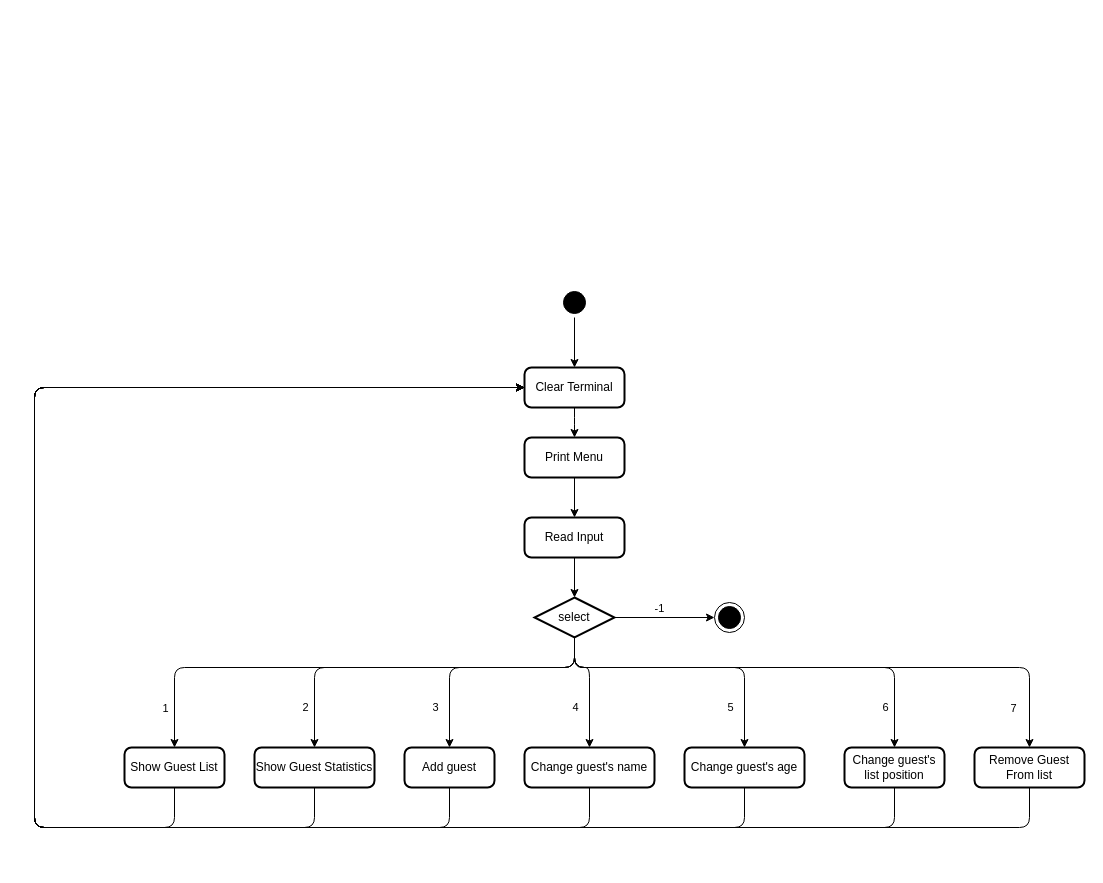
This is Assignments/A01/ActivityDiagram.drawio from mnerv/da339a, a draw.io file, before an edit. Source tidied: cells renumbered, new cells numbered last; positions are measured from the earlier drawing's top-left corner, leaving out a move shared by most shapes. Both pictures are drawn from the tidied source at 100%, with x=0, y=0 at pixel (34, 287).
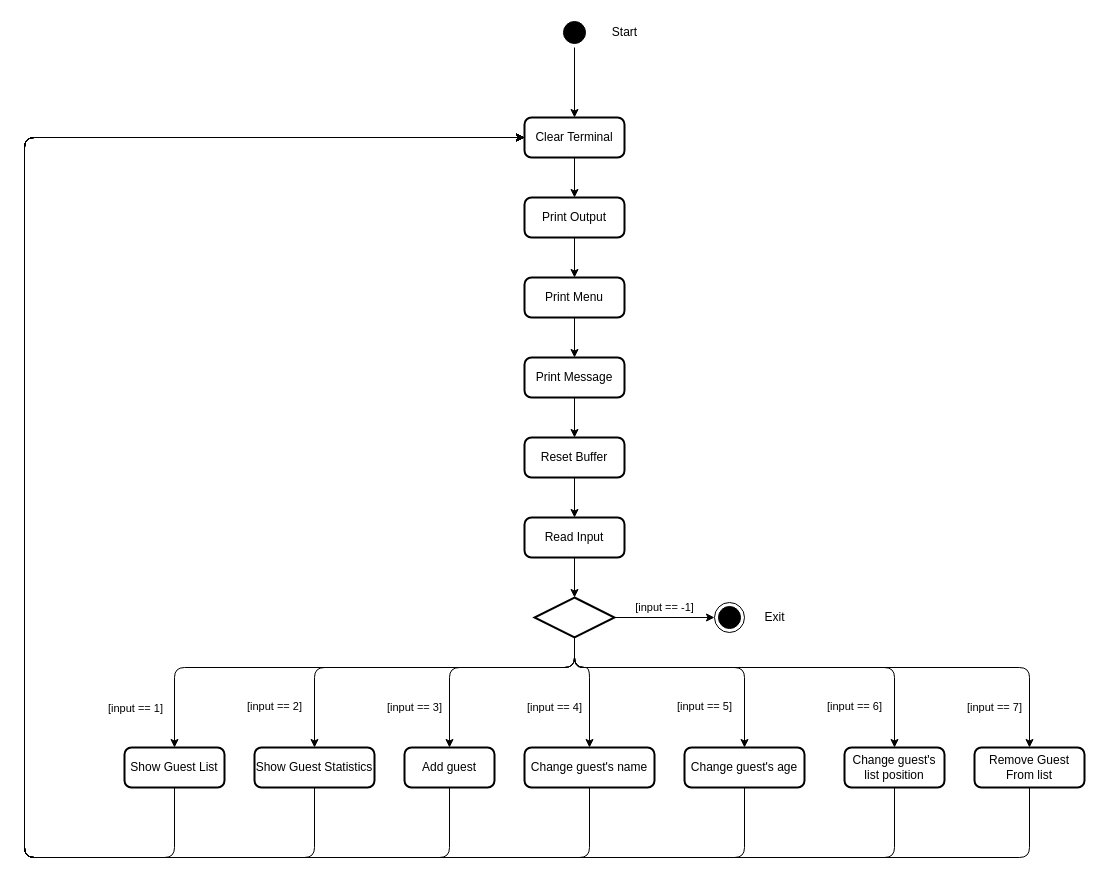
The same page after the edit.

Commit message (it also covers changes not shown here):
Updated Assignment01.java Fixes spelling Fixes so you can't select an empty spot when changing age and name

Updated ActivityDiagram to include other methods

Unchanged cells that the change refers to:
```xml
<mxCell id="7" value="Read Input" style="rounded=1;whiteSpace=wrap;html=1;absoluteArcSize=1;arcSize=14;strokeWidth=2;" parent="1" vertex="1">
  <mxGeometry x="490" y="230" width="100" height="40" as="geometry" />
</mxCell>
<mxCell id="8" style="ellipse;html=1;shape=endState;fillColor=#000000;" parent="1" vertex="1">
  <mxGeometry x="680" y="315" width="30" height="30" as="geometry" />
</mxCell>
<mxCell id="11" style="edgeStyle=orthogonalEdgeStyle;rounded=1;jettySize=auto;html=1;strokeColor=#000000;" parent="1" edge="1" source="25" target="27">
  <mxGeometry relative="1" as="geometry">
    <Array as="points">
      <mxPoint x="540" y="380" />
      <mxPoint x="140" y="380" />
    </Array>
  </mxGeometry>
</mxCell>
<mxCell id="27" value="Show Guest List" style="rounded=1;whiteSpace=wrap;html=1;absoluteArcSize=1;arcSize=14;strokeWidth=2;" parent="1" vertex="1">
  <mxGeometry x="90" y="460" width="100" height="40" as="geometry" />
</mxCell>
<mxCell id="29" value="Remove Guest From list" style="rounded=1;whiteSpace=wrap;html=1;absoluteArcSize=1;arcSize=14;strokeWidth=2;" parent="1" vertex="1">
  <mxGeometry x="940" y="460" width="110" height="40" as="geometry" />
</mxCell>
<mxCell id="31" value="Add guest" style="rounded=1;whiteSpace=wrap;html=1;absoluteArcSize=1;arcSize=14;strokeWidth=2;" parent="1" vertex="1">
  <mxGeometry x="370" y="460" width="90" height="40" as="geometry" />
</mxCell>
<mxCell id="33" value="Change guest's name" style="rounded=1;whiteSpace=wrap;html=1;absoluteArcSize=1;arcSize=14;strokeWidth=2;" parent="1" vertex="1">
  <mxGeometry x="490" y="460" width="130" height="40" as="geometry" />
</mxCell>
<mxCell id="35" value="Change guest's age" style="rounded=1;whiteSpace=wrap;html=1;absoluteArcSize=1;arcSize=14;strokeWidth=2;" parent="1" vertex="1">
  <mxGeometry x="650" y="460" width="120" height="40" as="geometry" />
</mxCell>
<mxCell id="37" value="Change guest's list position" style="rounded=1;whiteSpace=wrap;html=1;absoluteArcSize=1;arcSize=14;strokeWidth=2;" parent="1" vertex="1">
  <mxGeometry x="810" y="460" width="100" height="40" as="geometry" />
</mxCell>
<mxCell id="41" value="Show Guest Statistics" style="rounded=1;whiteSpace=wrap;html=1;absoluteArcSize=1;arcSize=14;strokeWidth=2;" parent="1" vertex="1">
  <mxGeometry x="220" y="460" width="120" height="40" as="geometry" />
</mxCell>
```

Diff of the diagram source:
```diff
@@
     <mxCell id="3" style="ellipse;html=1;shape=startState;fillColor=#000000;" parent="1" vertex="1">
-      <mxGeometry x="525" width="30" height="30" as="geometry" />
+      <mxGeometry x="525" y="-270" width="30" height="30" as="geometry" />
     </mxCell>
-    <mxCell id="4" style="edgeStyle=orthogonalEdgeStyle;rounded=0;jettySize=auto;html=1;" parent="1" edge="1" source="5" target="7">
-      <mxGeometry relative="1" as="geometry" />
-    </mxCell>
+    <mxCell id="42" style="edgeStyle=orthogonalEdgeStyle;rounded=0;jettySize=auto;html=1;" parent="1" edge="1" source="5" target="50">
+      <mxGeometry relative="1" as="geometry" />
+    </mxCell>
     <mxCell id="5" value="Print Menu" style="rounded=1;whiteSpace=wrap;html=1;absoluteArcSize=1;arcSize=14;strokeWidth=2;" parent="1" vertex="1">
-      <mxGeometry x="490" y="150" width="100" height="40" as="geometry" />
+      <mxGeometry x="490" y="-10" width="100" height="40" as="geometry" />
     </mxCell>
@@
-    <mxCell id="9" style="edgeStyle=orthogonalEdgeStyle;rounded=0;jettySize=auto;html=1;exitX=1;exitY=0.5;exitDx=0;exitDy=0;strokeColor=#000000;" parent="1" edge="1" source="25" target="8">
-      <mxGeometry relative="1" as="geometry" />
+    <mxCell id="9" value="[input == -1]" style="edgeStyle=orthogonalEdgeStyle;rounded=0;jettySize=auto;html=1;exitX=1;exitY=0.5;exitDx=0;exitDy=0;strokeColor=#000000;" parent="1" edge="1" source="25" target="8">
+      <mxGeometry y="10" relative="1" as="geometry" />
     </mxCell>
-    <mxCell id="10" value="-1" style="edgeLabel;html=1;align=center;verticalAlign=middle;" parent="9" vertex="1">
-      <mxGeometry x="-0.13" y="-1" relative="1" as="geometry">
-        <mxPoint y="-11" as="offset" />
-      </mxGeometry>
-    </mxCell>
@@
-    <mxCell id="12" value="1" style="edgeLabel;html=1;align=center;verticalAlign=middle;" parent="11" vertex="1">
-      <mxGeometry x="-0.14" y="1" relative="1" as="geometry">
-        <mxPoint x="-220.5" y="39" as="offset" />
-      </mxGeometry>
-    </mxCell>
+    <mxCell id="43" value="[input == 1]" style="edgeLabel;html=1;align=center;verticalAlign=middle;" parent="11" vertex="1">
+      <mxGeometry x="0.53" y="-2" relative="1" as="geometry">
+        <mxPoint x="-79.8" y="42" as="offset" />
+      </mxGeometry>
+    </mxCell>
-    <mxCell id="13" style="edgeStyle=orthogonalEdgeStyle;rounded=1;jettySize=auto;html=1;strokeColor=#000000;" parent="1" edge="1" source="25" target="29">
-      <mxGeometry relative="1" as="geometry">
+    <mxCell id="13" value="[input == 7]" style="edgeStyle=orthogonalEdgeStyle;rounded=1;jettySize=auto;html=1;strokeColor=#000000;" parent="1" edge="1" source="25" target="29">
+      <mxGeometry x="0.86" y="-35" relative="1" as="geometry">
         <Array as="points">
           <mxPoint x="540" y="380" />
           <mxPoint x="995" y="380" />
         </Array>
       </mxGeometry>
     </mxCell>
-    <mxCell id="14" value="7" style="edgeLabel;html=1;align=center;verticalAlign=middle;" parent="13" vertex="1">
-      <mxGeometry x="0.35" y="3" relative="1" as="geometry">
-        <mxPoint x="87.5" y="43" as="offset" />
-      </mxGeometry>
-    </mxCell>
-    <mxCell id="15" style="edgeStyle=orthogonalEdgeStyle;rounded=1;jettySize=auto;html=1;entryX=0.5;entryY=0;entryDx=0;entryDy=0;strokeColor=#000000;" parent="1" edge="1" source="25" target="31">
-      <mxGeometry relative="1" as="geometry">
+    <mxCell id="15" value="[input == 3]" style="edgeStyle=orthogonalEdgeStyle;rounded=1;jettySize=auto;html=1;entryX=0.5;entryY=0;entryDx=0;entryDy=0;strokeColor=#000000;" parent="1" edge="1" source="25" target="31">
+      <mxGeometry x="0.66" y="-35" relative="1" as="geometry">
         <Array as="points">
           <mxPoint x="540" y="380" />
           <mxPoint x="415" y="380" />
         </Array>
       </mxGeometry>
     </mxCell>
-    <mxCell id="16" value="3" style="edgeLabel;html=1;align=center;verticalAlign=middle;" parent="15" vertex="1">
-      <mxGeometry x="0.37" y="4" relative="1" as="geometry">
-        <mxPoint x="-19" y="33.8" as="offset" />
-      </mxGeometry>
-    </mxCell>
-    <mxCell id="17" style="edgeStyle=orthogonalEdgeStyle;rounded=1;jettySize=auto;html=1;strokeColor=#000000;" parent="1" edge="1" source="25" target="33">
-      <mxGeometry relative="1" as="geometry">
+    <mxCell id="17" value="[input == 4]" style="edgeStyle=orthogonalEdgeStyle;rounded=1;jettySize=auto;html=1;strokeColor=#000000;" parent="1" edge="1" source="25" target="33">
+      <mxGeometry x="0.36" y="-35" relative="1" as="geometry">
         <Array as="points">
           <mxPoint x="540" y="380" />
           <mxPoint x="555" y="380" />
         </Array>
       </mxGeometry>
     </mxCell>
-    <mxCell id="18" value="4" style="edgeLabel;html=1;align=center;verticalAlign=middle;" parent="17" vertex="1">
-      <mxGeometry x="0.06" relative="1" as="geometry">
-        <mxPoint x="-15" y="18.6" as="offset" />
-      </mxGeometry>
-    </mxCell>
-    <mxCell id="19" style="edgeStyle=orthogonalEdgeStyle;rounded=1;jettySize=auto;html=1;strokeColor=#000000;" parent="1" edge="1" source="25" target="35">
-      <mxGeometry relative="1" as="geometry">
+    <mxCell id="19" value="[input == 5]" style="edgeStyle=orthogonalEdgeStyle;rounded=1;jettySize=auto;html=1;strokeColor=#000000;" parent="1" edge="1" source="25" target="35">
+      <mxGeometry x="0.71" y="-40" relative="1" as="geometry">
         <Array as="points">
           <mxPoint x="540" y="380" />
           <mxPoint x="710" y="380" />
         </Array>
       </mxGeometry>
     </mxCell>
-    <mxCell id="20" value="5" style="edgeLabel;html=1;align=center;verticalAlign=middle;" parent="19" vertex="1">
-      <mxGeometry x="0.63" y="2" relative="1" as="geometry">
-        <mxPoint x="-17" y="11.6" as="offset" />
-      </mxGeometry>
-    </mxCell>
-    <mxCell id="21" style="edgeStyle=orthogonalEdgeStyle;rounded=1;jettySize=auto;html=1;strokeColor=#000000;" parent="1" edge="1" source="25" target="37">
-      <mxGeometry relative="1" as="geometry">
+    <mxCell id="21" value="[input == 6]" style="edgeStyle=orthogonalEdgeStyle;rounded=1;jettySize=auto;html=1;strokeColor=#000000;" parent="1" edge="1" source="25" target="37">
+      <mxGeometry x="0.81" y="-40" relative="1" as="geometry">
         <Array as="points">
           <mxPoint x="540" y="380" />
           <mxPoint x="860" y="380" />
         </Array>
       </mxGeometry>
     </mxCell>
-    <mxCell id="22" value="6" style="edgeLabel;html=1;align=center;verticalAlign=middle;" parent="21" vertex="1">
-      <mxGeometry x="0.73" y="-1" relative="1" as="geometry">
-        <mxPoint x="-9" y="17.2" as="offset" />
-      </mxGeometry>
-    </mxCell>
-    <mxCell id="23" style="edgeStyle=orthogonalEdgeStyle;rounded=1;jettySize=auto;html=1;exitX=0.5;exitY=1;exitDx=0;exitDy=0;" parent="1" edge="1" source="25" target="41">
-      <mxGeometry relative="1" as="geometry">
+    <mxCell id="23" value="[input == 2]" style="edgeStyle=orthogonalEdgeStyle;rounded=1;jettySize=auto;html=1;exitX=0.5;exitY=1;exitDx=0;exitDy=0;" parent="1" edge="1" source="25" target="41">
+      <mxGeometry x="0.78" y="-40" relative="1" as="geometry">
         <Array as="points">
           <mxPoint x="540" y="380" />
           <mxPoint x="280" y="380" />
         </Array>
       </mxGeometry>
     </mxCell>
-    <mxCell id="24" value="2" style="edgeLabel;html=1;align=center;verticalAlign=middle;" parent="23" vertex="1">
-      <mxGeometry x="0.71" y="-2" relative="1" as="geometry">
-        <mxPoint x="-8" y="13.4" as="offset" />
-      </mxGeometry>
-    </mxCell>
-    <mxCell id="25" value="select" style="rhombus;whiteSpace=wrap;html=1;strokeWidth=2;rounded=0;" parent="1" vertex="1">
+    <mxCell id="25" style="rhombus;whiteSpace=wrap;html=1;strokeWidth=2;rounded=0;" parent="1" vertex="1">
       <mxGeometry x="500" y="310" width="80" height="40" as="geometry" />
     </mxCell>
-    <mxCell id="26" style="edgeStyle=orthogonalEdgeStyle;rounded=1;jettySize=auto;html=1;strokeColor=#000000;" parent="1" edge="1" source="27" target="39">
+    <mxCell id="26" style="edgeStyle=orthogonalEdgeStyle;rounded=1;jettySize=auto;html=1;exitX=0.5;exitY=1;exitDx=0;exitDy=0;entryX=0;entryY=0.5;entryDx=0;entryDy=0;" parent="1" edge="1" source="27" target="39">
       <mxGeometry relative="1" as="geometry">
         <Array as="points">
-          <mxPoint x="140" y="540" />
-          <mxPoint y="540" />
-          <mxPoint y="100" />
+          <mxPoint x="140" y="570" />
+          <mxPoint x="-10" y="570" />
+          <mxPoint x="-10" y="-150" />
         </Array>
       </mxGeometry>
     </mxCell>
@@
-    <mxCell id="28" style="edgeStyle=orthogonalEdgeStyle;rounded=1;jettySize=auto;html=1;exitX=0.5;exitY=1;exitDx=0;exitDy=0;strokeColor=#000000;" parent="1" edge="1" source="29" target="39">
+    <mxCell id="28" style="edgeStyle=orthogonalEdgeStyle;rounded=1;jettySize=auto;html=1;exitX=0.5;exitY=1;exitDx=0;exitDy=0;entryX=0;entryY=0.5;entryDx=0;entryDy=0;" parent="1" edge="1" source="29" target="39">
       <mxGeometry relative="1" as="geometry">
         <Array as="points">
-          <mxPoint x="995" y="540" />
-          <mxPoint y="540" />
-          <mxPoint y="100" />
+          <mxPoint x="995" y="570" />
+          <mxPoint x="-10" y="570" />
+          <mxPoint x="-10" y="-150" />
         </Array>
       </mxGeometry>
     </mxCell>
@@
-    <mxCell id="30" style="edgeStyle=orthogonalEdgeStyle;rounded=1;jettySize=auto;html=1;exitX=0.5;exitY=1;exitDx=0;exitDy=0;strokeColor=#000000;" parent="1" edge="1" source="31" target="39">
+    <mxCell id="30" style="edgeStyle=orthogonalEdgeStyle;rounded=1;jettySize=auto;elbow=vertical;html=1;exitX=0.5;exitY=1;exitDx=0;exitDy=0;entryX=0;entryY=0.5;entryDx=0;entryDy=0;" parent="1" edge="1" source="31" target="39">
       <mxGeometry relative="1" as="geometry">
         <Array as="points">
-          <mxPoint x="415" y="540" />
-          <mxPoint y="540" />
-          <mxPoint y="100" />
+          <mxPoint x="415" y="570" />
+          <mxPoint x="-10" y="570" />
+          <mxPoint x="-10" y="-150" />
         </Array>
       </mxGeometry>
     </mxCell>
@@
-    <mxCell id="32" style="edgeStyle=orthogonalEdgeStyle;rounded=1;jettySize=auto;html=1;exitX=0.5;exitY=1;exitDx=0;exitDy=0;strokeColor=#000000;" parent="1" edge="1" source="33" target="39">
+    <mxCell id="32" style="edgeStyle=orthogonalEdgeStyle;rounded=1;jettySize=auto;html=1;entryX=0;entryY=0.5;entryDx=0;entryDy=0;" parent="1" edge="1" source="33" target="39">
       <mxGeometry relative="1" as="geometry">
         <Array as="points">
-          <mxPoint x="555" y="540" />
-          <mxPoint y="540" />
-          <mxPoint y="100" />
+          <mxPoint x="555" y="570" />
+          <mxPoint x="-10" y="570" />
+          <mxPoint x="-10" y="-150" />
         </Array>
       </mxGeometry>
     </mxCell>
@@
-    <mxCell id="34" style="edgeStyle=orthogonalEdgeStyle;rounded=1;jettySize=auto;html=1;strokeColor=#000000;" parent="1" edge="1" source="35" target="39">
+    <mxCell id="34" style="edgeStyle=orthogonalEdgeStyle;rounded=1;jettySize=auto;html=1;exitX=0.5;exitY=1;exitDx=0;exitDy=0;entryX=0;entryY=0.5;entryDx=0;entryDy=0;" parent="1" edge="1" source="35" target="39">
       <mxGeometry relative="1" as="geometry">
         <Array as="points">
-          <mxPoint x="710" y="540" />
-          <mxPoint y="540" />
-          <mxPoint y="100" />
+          <mxPoint x="710" y="570" />
+          <mxPoint x="-10" y="570" />
+          <mxPoint x="-10" y="-150" />
         </Array>
       </mxGeometry>
     </mxCell>
@@
-    <mxCell id="36" style="edgeStyle=orthogonalEdgeStyle;rounded=1;jettySize=auto;html=1;strokeColor=#000000;" parent="1" edge="1" source="37" target="39">
+    <mxCell id="36" style="edgeStyle=orthogonalEdgeStyle;rounded=1;jettySize=auto;html=1;exitX=0.5;exitY=1;exitDx=0;exitDy=0;entryX=0;entryY=0.5;entryDx=0;entryDy=0;" parent="1" edge="1" source="37" target="39">
       <mxGeometry relative="1" as="geometry">
         <Array as="points">
-          <mxPoint x="860" y="540" />
-          <mxPoint y="540" />
-          <mxPoint y="100" />
+          <mxPoint x="860" y="570" />
+          <mxPoint x="-10" y="570" />
+          <mxPoint x="-10" y="-150" />
         </Array>
       </mxGeometry>
     </mxCell>
@@
-    <mxCell id="38" style="edgeStyle=orthogonalEdgeStyle;rounded=1;jettySize=auto;html=1;strokeColor=#000000;" parent="1" edge="1" source="39" target="5">
-      <mxGeometry relative="1" as="geometry" />
-    </mxCell>
+    <mxCell id="44" style="edgeStyle=orthogonalEdgeStyle;rounded=0;jettySize=auto;html=1;" parent="1" edge="1" source="39" target="48">
+      <mxGeometry relative="1" as="geometry" />
+    </mxCell>
     <mxCell id="39" value="Clear Terminal" style="rounded=1;whiteSpace=wrap;html=1;absoluteArcSize=1;arcSize=14;strokeWidth=2;" parent="1" vertex="1">
-      <mxGeometry x="490" y="80" width="100" height="40" as="geometry" />
+      <mxGeometry x="490" y="-170" width="100" height="40" as="geometry" />
     </mxCell>
-    <mxCell id="40" style="edgeStyle=orthogonalEdgeStyle;rounded=1;jettySize=auto;html=1;" parent="1" edge="1" source="41" target="39">
+    <mxCell id="40" style="edgeStyle=orthogonalEdgeStyle;rounded=1;jettySize=auto;html=1;exitX=0.5;exitY=1;exitDx=0;exitDy=0;entryX=0;entryY=0.5;entryDx=0;entryDy=0;" parent="1" edge="1" source="41" target="39">
       <mxGeometry relative="1" as="geometry">
         <Array as="points">
-          <mxPoint x="280" y="540" />
-          <mxPoint y="540" />
-          <mxPoint y="100" />
+          <mxPoint x="280" y="570" />
+          <mxPoint x="-10" y="570" />
+          <mxPoint x="-10" y="-150" />
         </Array>
       </mxGeometry>
     </mxCell>
@@
+    <mxCell id="45" style="edgeStyle=orthogonalEdgeStyle;rounded=0;jettySize=auto;html=1;" parent="1" edge="1" source="46" target="7">
+      <mxGeometry relative="1" as="geometry" />
+    </mxCell>
+    <mxCell id="46" value="Reset Buffer" style="rounded=1;whiteSpace=wrap;html=1;absoluteArcSize=1;arcSize=14;strokeWidth=2;" parent="1" vertex="1">
+      <mxGeometry x="490" y="150" width="100" height="40" as="geometry" />
+    </mxCell>
+    <mxCell id="47" style="edgeStyle=orthogonalEdgeStyle;rounded=0;jettySize=auto;html=1;" parent="1" edge="1" source="48" target="5">
+      <mxGeometry relative="1" as="geometry" />
+    </mxCell>
+    <mxCell id="48" value="Print Output" style="rounded=1;whiteSpace=wrap;html=1;absoluteArcSize=1;arcSize=14;strokeWidth=2;" parent="1" vertex="1">
+      <mxGeometry x="490" y="-90" width="100" height="40" as="geometry" />
+    </mxCell>
+    <mxCell id="49" style="edgeStyle=orthogonalEdgeStyle;rounded=0;jettySize=auto;html=1;" parent="1" edge="1" source="50" target="46">
+      <mxGeometry relative="1" as="geometry" />
+    </mxCell>
+    <mxCell id="50" value="Print Message" style="rounded=1;whiteSpace=wrap;html=1;absoluteArcSize=1;arcSize=14;strokeWidth=2;" parent="1" vertex="1">
+      <mxGeometry x="490" y="70" width="100" height="40" as="geometry" />
+    </mxCell>
+    <mxCell id="51" value="Start" style="text;html=1;align=center;verticalAlign=middle;" parent="1" vertex="1">
+      <mxGeometry x="570" y="-265" width="40" height="20" as="geometry" />
+    </mxCell>
+    <mxCell id="52" value="Exit" style="text;html=1;align=center;verticalAlign=middle;" parent="1" vertex="1">
+      <mxGeometry x="720" y="320" width="40" height="20" as="geometry" />
+    </mxCell>
```
